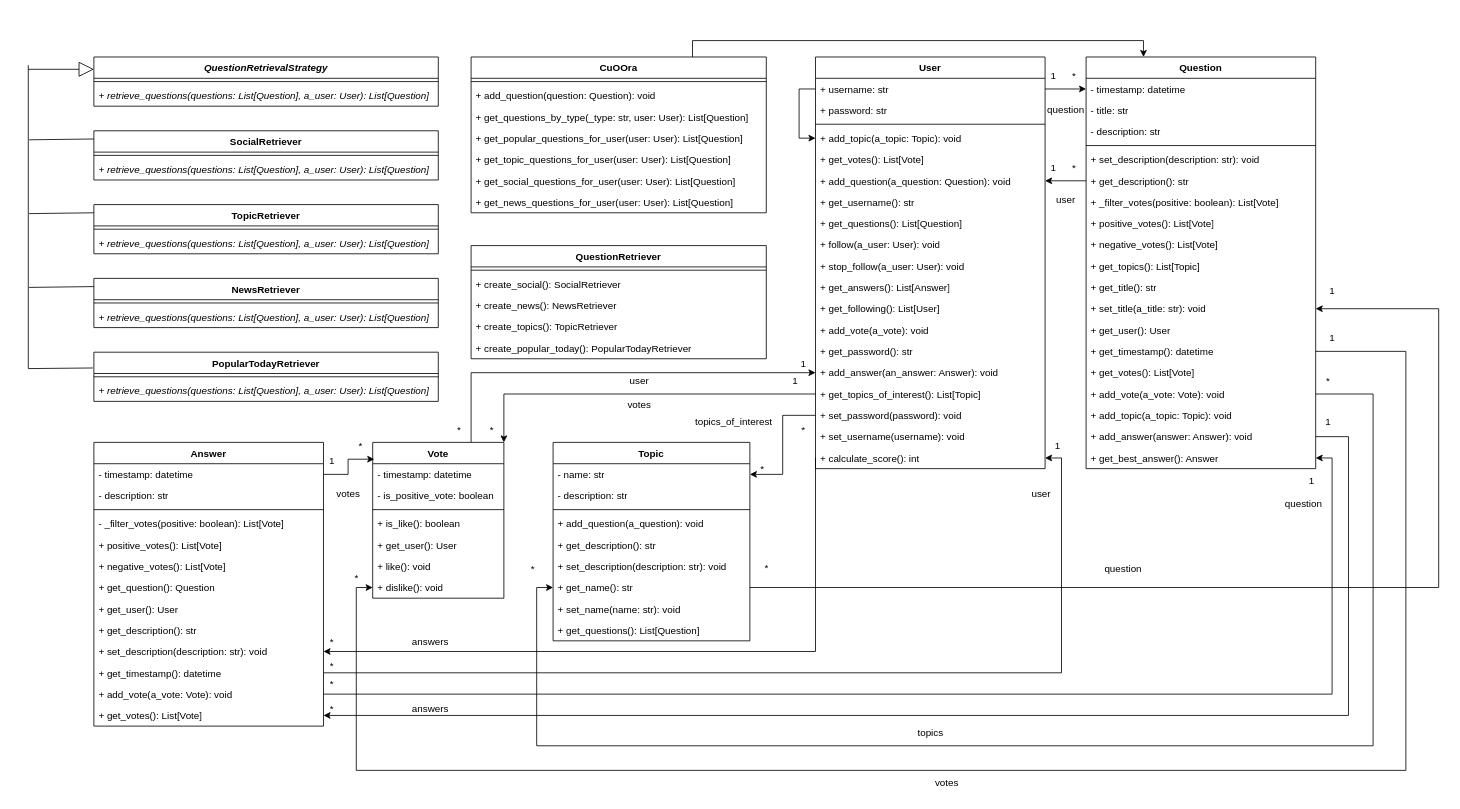
Earlier version of the draw.io diagram practica3/Practica3.drawio (josemicode/boletines-modsis). Source tidied: cells renumbered, new cells numbered last; positions are measured from the earlier drawing's top-left corner, leaving out a move shared by most shapes. Both pictures are drawn from the tidied source at 82%, with x=0, y=0 at pixel (28, 57).
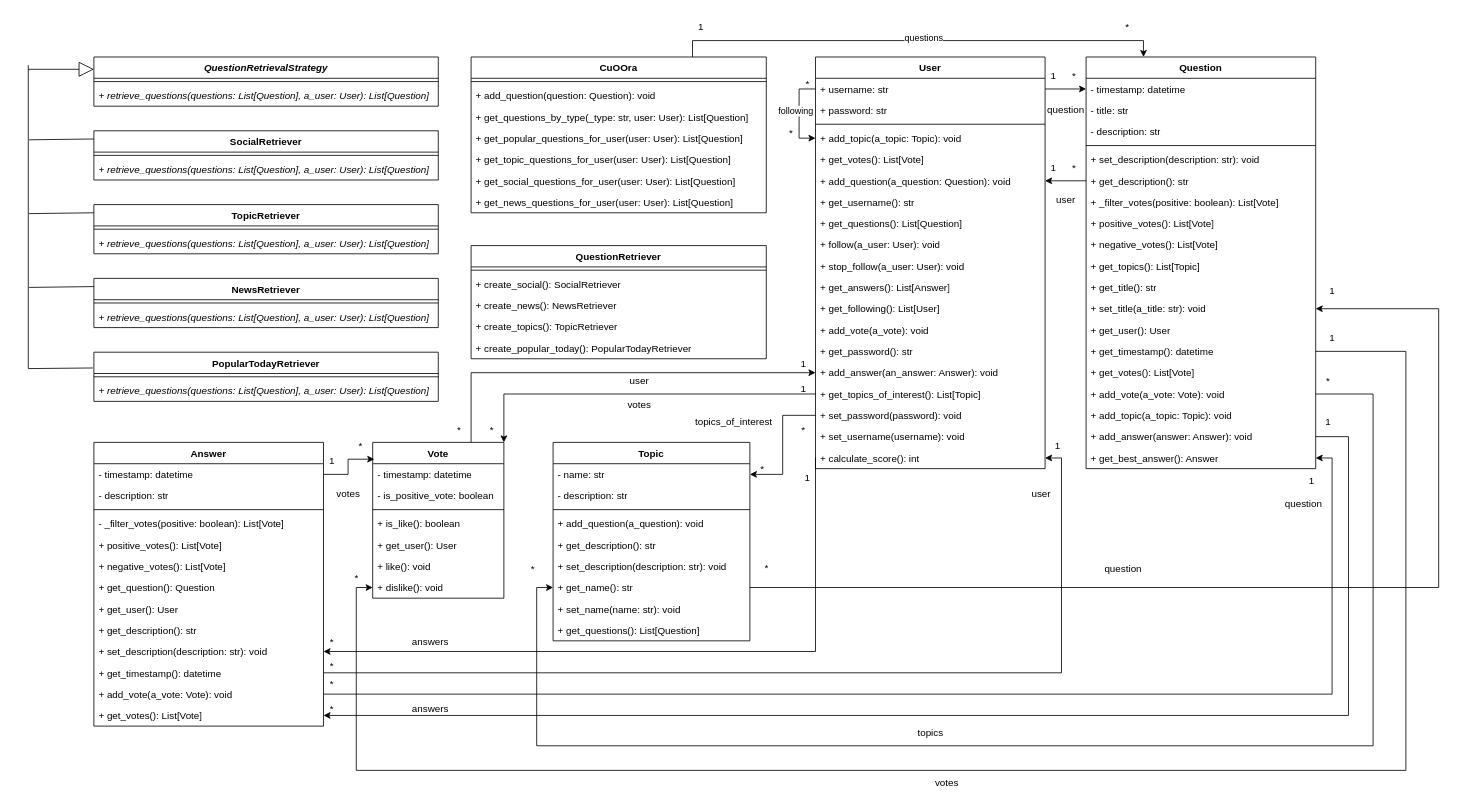
After the change.

The change refers to these unchanged cells:
```xml
<mxCell id="2" style="edgeStyle=orthogonalEdgeStyle;rounded=0;jettySize=auto;html=1;exitX=0.75;exitY=0;exitDx=0;exitDy=0;entryX=0.25;entryY=0;entryDx=0;entryDy=0;" parent="1" edge="1" source="3" target="76">
  <mxGeometry relative="1" as="geometry" />
</mxCell>
<mxCell id="47" style="edgeStyle=orthogonalEdgeStyle;rounded=0;jettySize=auto;html=1;exitX=0;exitY=0.5;exitDx=0;exitDy=0;entryX=0;entryY=0.5;entryDx=0;entryDy=0;" parent="46" edge="1" source="48" target="51">
  <mxGeometry relative="1" as="geometry" />
</mxCell>
```

The edit, as a diff of the source:
```diff
@@
+    <mxCell id="162" value="questions" style="edgeLabel;html=1;align=center;verticalAlign=middle;" parent="2" vertex="1">
+      <mxGeometry x="0.02" y="4" relative="1" as="geometry" />
+    </mxCell>
@@
+    <mxCell id="163" value="following" style="edgeLabel;html=1;align=center;verticalAlign=middle;" parent="47" vertex="1">
+      <mxGeometry x="-0.02" relative="1" as="geometry">
+        <mxPoint x="-5" y="-3" as="offset" />
+      </mxGeometry>
+    </mxCell>
@@
     <mxCell id="140" value="1" style="text;html=1;align=center;verticalAlign=middle;strokeColor=none;fillColor=none;" parent="1" vertex="1">
-      <mxGeometry x="920" y="380" width="30" height="30" as="geometry" />
+      <mxGeometry x="930" y="390" width="30" height="30" as="geometry" />
     </mxCell>
@@
+    <mxCell id="164" value="1" style="text;html=1;align=center;verticalAlign=middle;strokeColor=none;fillColor=none;" parent="1" vertex="1">
+      <mxGeometry x="805" y="-52" width="30" height="30" as="geometry" />
+    </mxCell>
+    <mxCell id="165" value="*" style="text;html=1;align=center;verticalAlign=middle;strokeColor=none;fillColor=none;" parent="1" vertex="1">
+      <mxGeometry x="1325" y="-52" width="30" height="30" as="geometry" />
+    </mxCell>
+    <mxCell id="166" value="*" style="text;html=1;align=center;verticalAlign=middle;strokeColor=none;fillColor=none;" parent="1" vertex="1">
+      <mxGeometry x="935" y="18" width="30" height="30" as="geometry" />
+    </mxCell>
+    <mxCell id="167" value="*" style="text;html=1;align=center;verticalAlign=middle;strokeColor=none;fillColor=none;" parent="1" vertex="1">
+      <mxGeometry x="915" y="78" width="30" height="30" as="geometry" />
+    </mxCell>
+    <mxCell id="168" value="1" style="text;html=1;align=center;verticalAlign=middle;strokeColor=none;fillColor=none;" parent="1" vertex="1">
+      <mxGeometry x="935" y="498" width="30" height="30" as="geometry" />
+    </mxCell>
```
